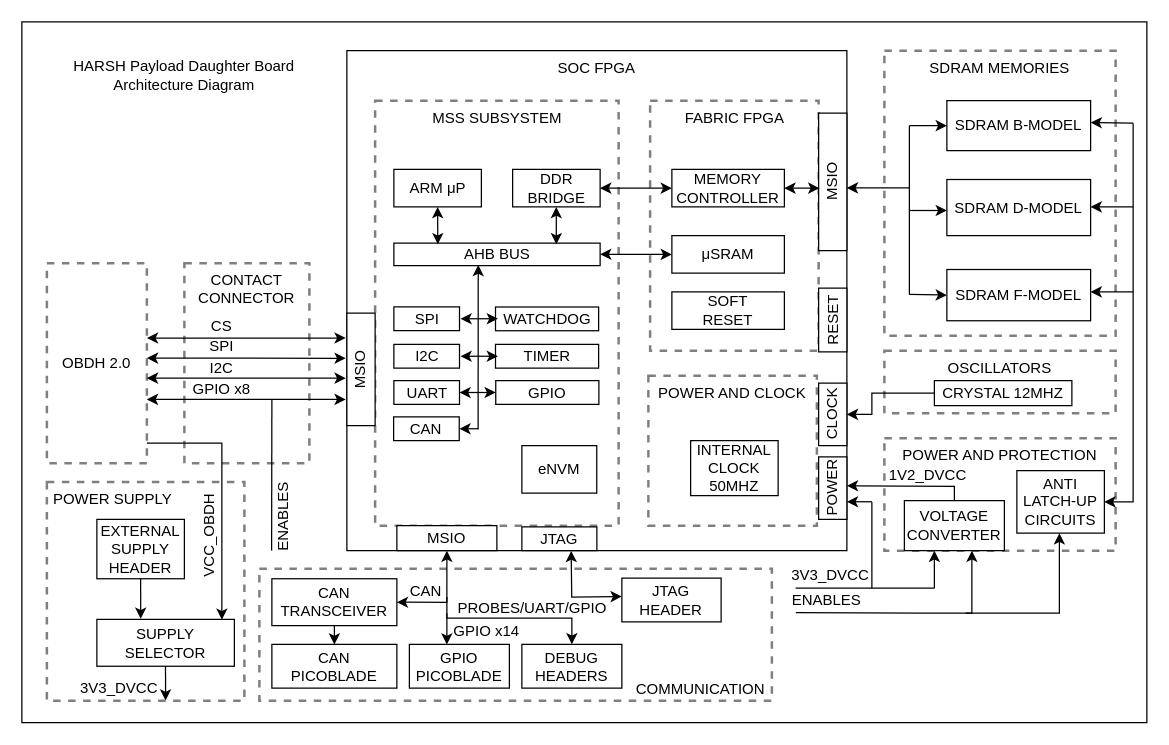
This is hardware/Diagrams/Architecture_HARSH_Payload.drawio from andrempmattos/harsh-payload, a draw.io file, before an edit. Source tidied: cells renumbered, new cells numbered last; positions are measured from the earlier drawing's top-left corner, leaving out a move shared by most shapes. Both pictures are drawn from the tidied source at 125%, with x=0, y=0 at pixel (21, 21).
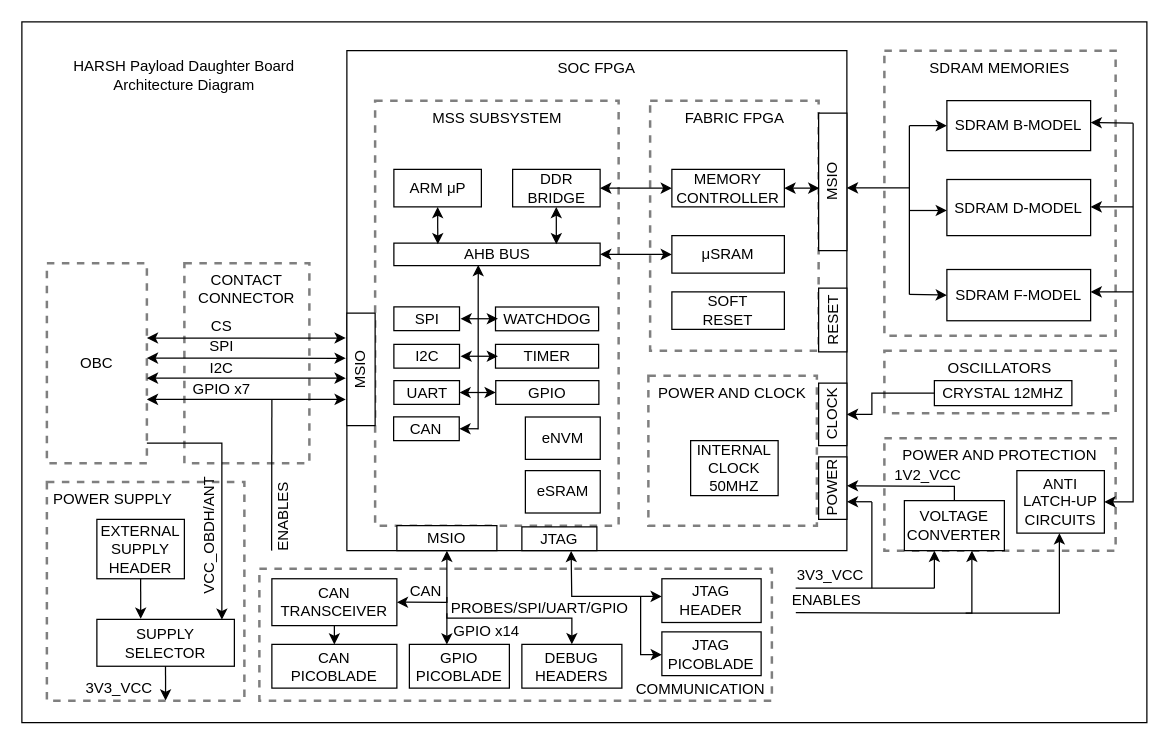
After the change.

Commit message (it also covers changes not shown here):
hardware: diagrams: Updating power and architecture diagrams

The edit, as a diff of the source:
```diff
@@
-    <mxCell id="14" value="VCC_OBDH" style="text;html=1;strokeColor=none;fillColor=none;align=center;verticalAlign=middle;whiteSpace=wrap;rounded=0;dashed=1;opacity=50;rotation=-90;" parent="1" vertex="1">
+    <mxCell id="14" value="VCC_OBDH/ANT" style="text;html=1;strokeColor=none;fillColor=none;align=center;verticalAlign=middle;whiteSpace=wrap;rounded=0;dashed=1;opacity=50;rotation=-90;" parent="1" vertex="1">
       <mxGeometry x="123" y="401" width="55" height="20" as="geometry" />
     </mxCell>
-    <mxCell id="15" value="OBDH 2.0" style="rounded=0;whiteSpace=wrap;html=1;dashed=1;strokeWidth=2;opacity=50;" parent="1" vertex="1">
+    <mxCell id="15" value="OBC" style="rounded=0;whiteSpace=wrap;html=1;dashed=1;strokeWidth=2;opacity=50;" parent="1" vertex="1">
       <mxGeometry x="20" y="193" width="80" height="160" as="geometry" />
     </mxCell>
@@
     <mxCell id="63" value="JTAG HEADER" style="rounded=0;whiteSpace=wrap;html=1;horizontal=1;rotation=0;" parent="1" vertex="1">
-      <mxGeometry x="480" y="445" width="79.4" height="35" as="geometry" />
+      <mxGeometry x="512" y="445.5" width="79.4" height="35" as="geometry" />
     </mxCell>
@@
-    <mxCell id="70" value="3V3_DVCC" style="text;html=1;strokeColor=none;fillColor=none;align=center;verticalAlign=middle;whiteSpace=wrap;rounded=0;dashed=1;opacity=50;rotation=0;" parent="1" vertex="1">
+    <mxCell id="70" value="3V3_VCC" style="text;html=1;strokeColor=none;fillColor=none;align=center;verticalAlign=middle;whiteSpace=wrap;rounded=0;dashed=1;opacity=50;rotation=0;" parent="1" vertex="1">
       <mxGeometry x="617" y="433" width="60" height="20" as="geometry" />
     </mxCell>
@@
-    <mxCell id="74" value="1V2_DVCC" style="text;html=1;strokeColor=none;fillColor=none;align=center;verticalAlign=middle;whiteSpace=wrap;rounded=0;dashed=1;opacity=50;rotation=0;" parent="1" vertex="1">
+    <mxCell id="74" value="1V2_VCC" style="text;html=1;strokeColor=none;fillColor=none;align=center;verticalAlign=middle;whiteSpace=wrap;rounded=0;dashed=1;opacity=50;rotation=0;" parent="1" vertex="1">
       <mxGeometry x="690" y="353" width="70" height="20" as="geometry" />
     </mxCell>
@@
-    <mxCell id="79" value="GPIO x8" style="text;html=1;strokeColor=none;fillColor=none;align=center;verticalAlign=middle;whiteSpace=wrap;rounded=0;dashed=1;opacity=50;rotation=0;" parent="1" vertex="1">
+    <mxCell id="79" value="GPIO x7" style="text;html=1;strokeColor=none;fillColor=none;align=center;verticalAlign=middle;whiteSpace=wrap;rounded=0;dashed=1;opacity=50;rotation=0;" parent="1" vertex="1">
       <mxGeometry x="130" y="284" width="60" height="20" as="geometry" />
     </mxCell>
@@
-    <mxCell id="81" style="endArrow=classic;startArrow=classic;html=1;entryX=0.656;entryY=1.062;entryDx=0;entryDy=0;exitX=-0.001;exitY=0.448;exitDx=0;exitDy=0;edgeStyle=orthogonalEdgeStyle;rounded=0;exitPerimeter=0;entryPerimeter=0;" parent="1" edge="1">
+    <mxCell id="81" style="endArrow=classic;startArrow=classic;html=1;entryX=0.656;entryY=1.062;entryDx=0;entryDy=0;exitX=-0.001;exitY=0.403;exitDx=0;exitDy=0;edgeStyle=orthogonalEdgeStyle;rounded=0;exitPerimeter=0;entryPerimeter=0;" parent="1" edge="1" source="63">
       <mxGeometry relative="1" as="geometry">
-        <mxPoint x="479.9" y="459.7" as="sourcePoint" />
         <mxPoint x="439.4" y="423.2" as="targetPoint" />
       </mxGeometry>
     </mxCell>
@@
-    <mxCell id="89" value="PROBES/UART/GPIO" style="text;html=1;strokeColor=none;fillColor=none;align=center;verticalAlign=middle;whiteSpace=wrap;rounded=0;dashed=1;opacity=50;rotation=0;" parent="1" vertex="1">
-      <mxGeometry x="367.6" y="458.5" width="81.1" height="20" as="geometry" />
+    <mxCell id="89" value="PROBES/SPI/UART/GPIO" style="text;html=1;strokeColor=none;fillColor=none;align=center;verticalAlign=middle;whiteSpace=wrap;rounded=0;dashed=1;opacity=50;rotation=0;" parent="1" vertex="1">
+      <mxGeometry x="373.6" y="458.5" width="81.1" height="20" as="geometry" />
     </mxCell>
     <mxCell id="90" value="eNVM" style="rounded=0;whiteSpace=wrap;html=1;" parent="1" vertex="1">
-      <mxGeometry x="400" y="339" width="59.9" height="38" as="geometry" />
+      <mxGeometry x="402.8" y="316.1" width="59.9" height="33.9" as="geometry" />
     </mxCell>
@@
-    <mxCell id="96" value="3V3_DVCC" style="text;html=1;strokeColor=none;fillColor=none;align=center;verticalAlign=middle;whiteSpace=wrap;rounded=0;dashed=1;opacity=50;rotation=0;" parent="1" vertex="1">
+    <mxCell id="96" value="3V3_VCC" style="text;html=1;strokeColor=none;fillColor=none;align=center;verticalAlign=middle;whiteSpace=wrap;rounded=0;dashed=1;opacity=50;rotation=0;" parent="1" vertex="1">
       <mxGeometry x="48" y="523" width="60" height="20" as="geometry" />
     </mxCell>
@@
+    <mxCell id="105" value="eSRAM" style="rounded=0;whiteSpace=wrap;html=1;" parent="1" vertex="1">
+      <mxGeometry x="402.8" y="359" width="59.9" height="33.9" as="geometry" />
+    </mxCell>
+    <mxCell id="106" value="JTAG PICOBLADE" style="rounded=0;whiteSpace=wrap;html=1;horizontal=1;rotation=0;" parent="1" vertex="1">
+      <mxGeometry x="512" y="488" width="79.4" height="35" as="geometry" />
+    </mxCell>
+    <mxCell id="107" style="endArrow=classic;startArrow=none;html=1;exitX=-0.001;exitY=0.403;exitDx=0;exitDy=0;edgeStyle=orthogonalEdgeStyle;rounded=0;exitPerimeter=0;startFill=0;" parent="1" edge="1">
+      <mxGeometry relative="1" as="geometry">
+        <mxPoint x="495" y="460" as="sourcePoint" />
+        <mxPoint x="512" y="506.2" as="targetPoint" />
+        <Array as="points">
+          <mxPoint x="495" y="470" />
+          <mxPoint x="495" y="506" />
+        </Array>
+      </mxGeometry>
+    </mxCell>
```
